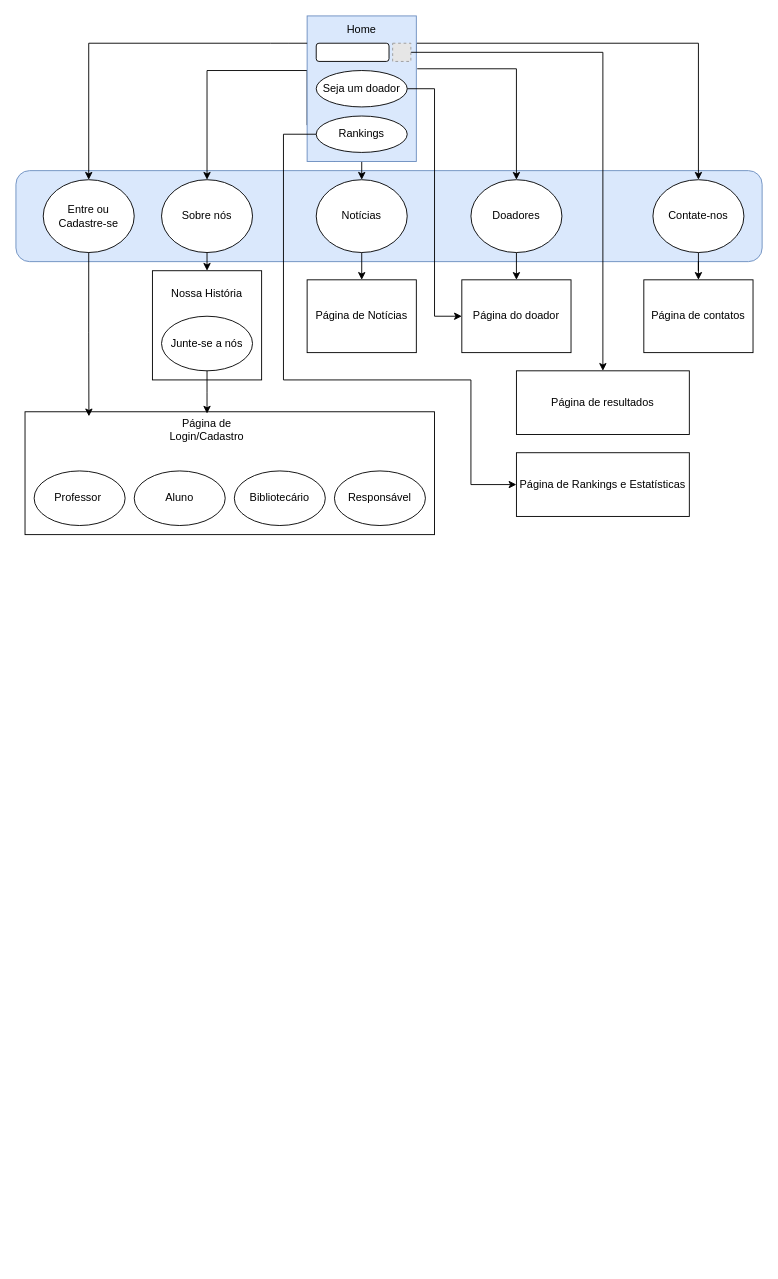
The draw.io diagram UserflowBiblioteca.drawio in Milena-Aphiner/Projeto-Integrador-I, before the edit. Source tidied: cells renumbered, new cells numbered last; positions are measured from the earlier drawing's top-left corner, leaving out a move shared by most shapes. Both pictures are drawn from the tidied source at 91%, with x=0, y=0 at pixel (15, 15). Pictures stored in the file or linked from it are replaced by grey dashed boxes.
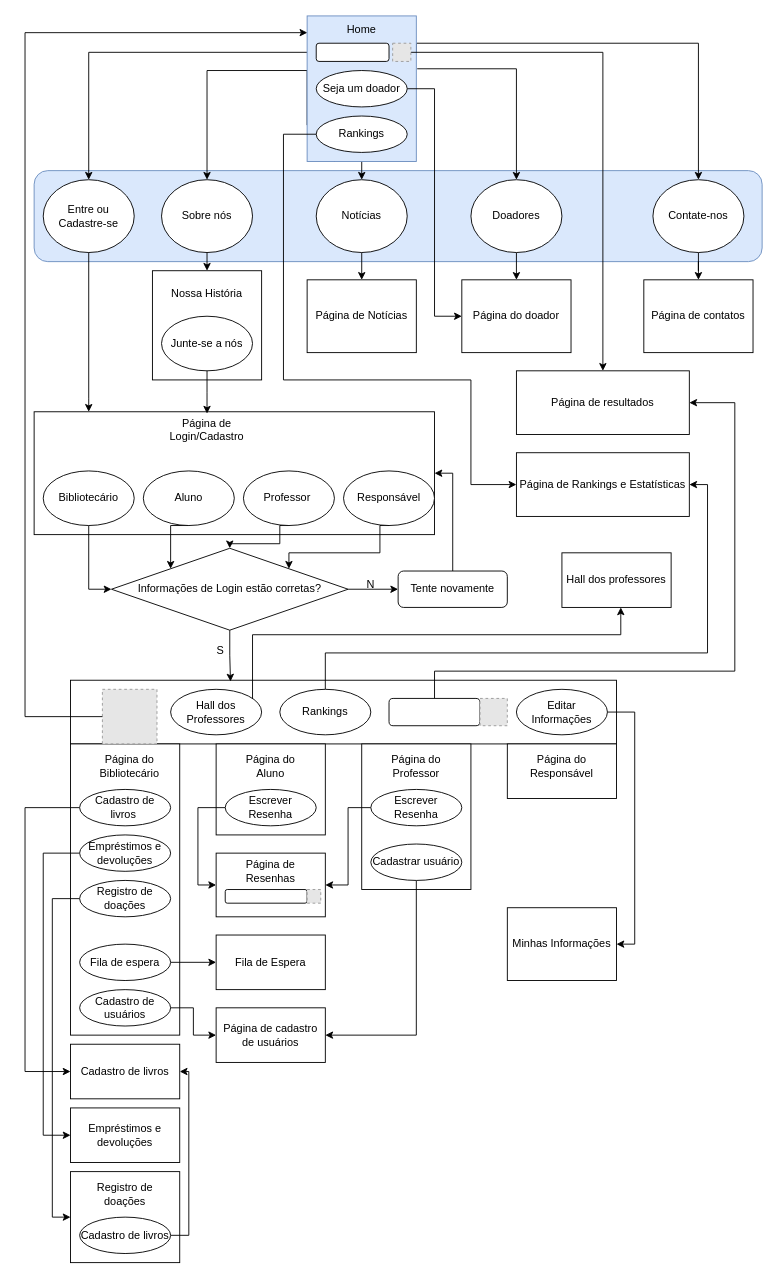
The same diagram, later.

Unchanged cells that the change refers to:
```xml
<mxCell id="7" style="rounded=0;whiteSpace=wrap;html=1;fillColor=#dae8fc;strokeColor=#6c8ebf;" parent="1" vertex="1">
  <mxGeometry x="320" width="120" height="160" as="geometry" />
</mxCell>
<mxCell id="10" value="Entre ou Cadastre-se" style="ellipse;whiteSpace=wrap;html=1;" parent="1" vertex="1">
  <mxGeometry x="30" y="180" width="100" height="80" as="geometry" />
</mxCell>
<mxCell id="38" value="Página de resultados" style="rounded=0;whiteSpace=wrap;html=1;" parent="1" vertex="1">
  <mxGeometry x="550" y="390" width="190" height="70" as="geometry" />
</mxCell>
<mxCell id="42" value="Página de Rankings e Estatísticas" style="rounded=0;whiteSpace=wrap;html=1;" parent="1" vertex="1">
  <mxGeometry x="550" y="480" width="190" height="70" as="geometry" />
</mxCell>
```

The edit, as a diff of the source:
```diff
@@
+    <mxCell id="43" style="rounded=0;whiteSpace=wrap;html=1;" parent="1" vertex="1">
+      <mxGeometry x="60" y="730" width="600" height="70" as="geometry" />
+    </mxCell>
     <mxCell id="2" style="rounded=1;whiteSpace=wrap;html=1;fillColor=#dae8fc;strokeColor=#6c8ebf;" parent="1" vertex="1">
-      <mxGeometry y="170" width="820" height="100" as="geometry" />
+      <mxGeometry x="20" y="170" width="800" height="100" as="geometry" />
     </mxCell>
@@
+    <mxCell id="44" style="edgeStyle=orthogonalEdgeStyle;rounded=0;jettySize=auto;html=1;exitX=0;exitY=0.25;exitDx=0;exitDy=0;" parent="1" edge="1" source="7" target="10">
+      <mxGeometry relative="1" as="geometry" />
+    </mxCell>
@@
     <mxCell id="9" style="rounded=0;whiteSpace=wrap;html=1;" parent="1" vertex="1">
-      <mxGeometry x="10" y="435" width="450" height="135" as="geometry" />
+      <mxGeometry x="20" y="435" width="440" height="135" as="geometry" />
     </mxCell>
@@
-    <mxCell id="22" style="endArrow=classic;html=1;rounded=0;entryX=0.5;entryY=0;entryDx=0;entryDy=0;" parent="1" edge="1" target="10">
-      <mxGeometry relative="1" as="geometry">
-        <mxPoint x="320" y="30" as="sourcePoint" />
-        <Array as="points">
-          <mxPoint x="310" y="30" />
-          <mxPoint x="300" y="30" />
-          <mxPoint x="280" y="30" />
-          <mxPoint x="80" y="30" />
-        </Array>
-      </mxGeometry>
-    </mxCell>
@@
-    <mxCell id="26" value="Professor&amp;nbsp;" style="ellipse;whiteSpace=wrap;html=1;" parent="1" vertex="1">
-      <mxGeometry x="20" y="500" width="100" height="60" as="geometry" />
-    </mxCell>
+    <mxCell id="45" style="edgeStyle=orthogonalEdgeStyle;rounded=0;jettySize=auto;html=1;exitX=0.5;exitY=1;exitDx=0;exitDy=0;entryX=0;entryY=0;entryDx=0;entryDy=0;" parent="1" edge="1" source="27" target="50">
+      <mxGeometry relative="1" as="geometry">
+        <Array as="points">
+          <mxPoint x="170" y="560" />
+        </Array>
+      </mxGeometry>
+    </mxCell>
     <mxCell id="27" value="Aluno" style="ellipse;whiteSpace=wrap;html=1;" parent="1" vertex="1">
-      <mxGeometry x="130" y="500" width="100" height="60" as="geometry" />
+      <mxGeometry x="140" y="500" width="100" height="60" as="geometry" />
     </mxCell>
+    <mxCell id="46" style="edgeStyle=orthogonalEdgeStyle;rounded=0;jettySize=auto;html=1;exitX=0.5;exitY=1;exitDx=0;exitDy=0;entryX=0.5;entryY=0;entryDx=0;entryDy=0;" parent="1" edge="1" source="26" target="50">
+      <mxGeometry relative="1" as="geometry">
+        <Array as="points">
+          <mxPoint x="290" y="580" />
+          <mxPoint x="235" y="580" />
+        </Array>
+      </mxGeometry>
+    </mxCell>
+    <mxCell id="47" style="edgeStyle=orthogonalEdgeStyle;rounded=0;jettySize=auto;html=1;exitX=0.5;exitY=1;exitDx=0;exitDy=0;entryX=0;entryY=0.5;entryDx=0;entryDy=0;" parent="1" edge="1" source="28" target="50">
+      <mxGeometry relative="1" as="geometry" />
+    </mxCell>
     <mxCell id="28" value="Bibliotecário" style="ellipse;whiteSpace=wrap;html=1;" parent="1" vertex="1">
-      <mxGeometry x="240" y="500" width="100" height="60" as="geometry" />
+      <mxGeometry x="30" y="500" width="100" height="60" as="geometry" />
     </mxCell>
+    <mxCell id="48" style="edgeStyle=orthogonalEdgeStyle;rounded=0;jettySize=auto;html=1;exitX=0.5;exitY=1;exitDx=0;exitDy=0;entryX=1;entryY=0;entryDx=0;entryDy=0;" parent="1" edge="1" source="29" target="50">
+      <mxGeometry relative="1" as="geometry">
+        <Array as="points">
+          <mxPoint x="400" y="590" />
+          <mxPoint x="300" y="590" />
+        </Array>
+      </mxGeometry>
+    </mxCell>
     <mxCell id="29" value="Responsável" style="ellipse;whiteSpace=wrap;html=1;" parent="1" vertex="1">
-      <mxGeometry x="350" y="500" width="100" height="60" as="geometry" />
+      <mxGeometry x="360" y="500" width="100" height="60" as="geometry" />
     </mxCell>
@@
-    <mxCell id="41" style="edgeStyle=orthogonalEdgeStyle;rounded=0;jettySize=auto;html=1;exitX=0.5;exitY=1;exitDx=0;exitDy=0;entryX=0.156;entryY=0.037;entryDx=0;entryDy=0;entryPerimeter=0;" parent="1" edge="1" source="10" target="9">
-      <mxGeometry relative="1" as="geometry" />
+    <mxCell id="41" style="edgeStyle=orthogonalEdgeStyle;rounded=0;jettySize=auto;html=1;exitX=0.5;exitY=1;exitDx=0;exitDy=0;" parent="1" edge="1" source="10" target="9">
+      <mxGeometry relative="1" as="geometry">
+        <Array as="points">
+          <mxPoint x="80" y="420" />
+          <mxPoint x="80" y="420" />
+        </Array>
+      </mxGeometry>
     </mxCell>
@@
+    <mxCell id="49" style="edgeStyle=orthogonalEdgeStyle;rounded=0;jettySize=auto;html=1;exitX=1;exitY=0.5;exitDx=0;exitDy=0;" parent="1" edge="1" source="50" target="67">
+      <mxGeometry relative="1" as="geometry" />
+    </mxCell>
+    <mxCell id="50" value="Informações de Login estão corretas?" style="rhombus;whiteSpace=wrap;html=1;" parent="1" vertex="1">
+      <mxGeometry x="105" y="585" width="260" height="90" as="geometry" />
+    </mxCell>
+    <mxCell id="51" style="rounded=0;whiteSpace=wrap;html=1;" parent="1" vertex="1">
+      <mxGeometry x="60" y="800" width="120" height="320" as="geometry" />
+    </mxCell>
+    <mxCell id="26" value="Professor&amp;nbsp;" style="ellipse;whiteSpace=wrap;html=1;" parent="1" vertex="1">
+      <mxGeometry x="250" y="500" width="100" height="60" as="geometry" />
+    </mxCell>
+    <mxCell id="52" value="Página do Bibliotecário" style="text;html=1;align=center;verticalAlign=middle;whiteSpace=wrap;rounded=0;" parent="1" vertex="1">
+      <mxGeometry x="95" y="810" width="60" height="30" as="geometry" />
+    </mxCell>
+    <mxCell id="53" value="S" style="text;html=1;align=center;verticalAlign=middle;whiteSpace=wrap;rounded=0;" parent="1" vertex="1">
+      <mxGeometry x="190" y="675" width="70" height="45" as="geometry" />
+    </mxCell>
+    <mxCell id="54" style="edgeStyle=orthogonalEdgeStyle;rounded=0;jettySize=auto;html=1;exitX=1;exitY=0.5;exitDx=0;exitDy=0;entryX=0;entryY=0.5;entryDx=0;entryDy=0;" parent="1" edge="1" source="55" target="69">
+      <mxGeometry relative="1" as="geometry" />
+    </mxCell>
+    <mxCell id="55" value="Cadastro de usuários" style="ellipse;whiteSpace=wrap;html=1;" parent="1" vertex="1">
+      <mxGeometry x="70" y="1070" width="100" height="40" as="geometry" />
+    </mxCell>
+    <mxCell id="56" style="edgeStyle=orthogonalEdgeStyle;rounded=0;jettySize=auto;html=1;exitX=0;exitY=0.5;exitDx=0;exitDy=0;entryX=0;entryY=0.5;entryDx=0;entryDy=0;" parent="1" edge="1" source="57" target="70">
+      <mxGeometry relative="1" as="geometry">
+        <Array as="points">
+          <mxPoint x="10" y="870" />
+          <mxPoint x="10" y="1160" />
+        </Array>
+      </mxGeometry>
+    </mxCell>
+    <mxCell id="57" value="Cadastro de livros&amp;nbsp;" style="ellipse;whiteSpace=wrap;html=1;" parent="1" vertex="1">
+      <mxGeometry x="70" y="850" width="100" height="40" as="geometry" />
+    </mxCell>
+    <mxCell id="58" style="edgeStyle=orthogonalEdgeStyle;rounded=0;jettySize=auto;html=1;exitX=0;exitY=0.5;exitDx=0;exitDy=0;entryX=0;entryY=0.5;entryDx=0;entryDy=0;" parent="1" edge="1" source="59" target="71">
+      <mxGeometry relative="1" as="geometry">
+        <Array as="points">
+          <mxPoint x="30" y="920" />
+          <mxPoint x="30" y="1230" />
+        </Array>
+      </mxGeometry>
+    </mxCell>
+    <mxCell id="59" value="Empréstimos e devoluções" style="ellipse;whiteSpace=wrap;html=1;" parent="1" vertex="1">
+      <mxGeometry x="70" y="900" width="100" height="40" as="geometry" />
+    </mxCell>
+    <mxCell id="60" style="edgeStyle=orthogonalEdgeStyle;rounded=0;jettySize=auto;html=1;exitX=0;exitY=0.5;exitDx=0;exitDy=0;entryX=0;entryY=0.5;entryDx=0;entryDy=0;" parent="1" edge="1" source="61" target="72">
+      <mxGeometry relative="1" as="geometry">
+        <Array as="points">
+          <mxPoint x="40" y="970" />
+          <mxPoint x="40" y="1320" />
+        </Array>
+      </mxGeometry>
+    </mxCell>
+    <mxCell id="61" value="Registro de doações" style="ellipse;whiteSpace=wrap;html=1;" parent="1" vertex="1">
+      <mxGeometry x="70" y="950" width="100" height="40" as="geometry" />
+    </mxCell>
+    <mxCell id="62" style="edgeStyle=orthogonalEdgeStyle;rounded=0;jettySize=auto;html=1;exitX=1;exitY=0.5;exitDx=0;exitDy=0;entryX=0;entryY=0.5;entryDx=0;entryDy=0;" parent="1" edge="1" source="63" target="76">
+      <mxGeometry relative="1" as="geometry" />
+    </mxCell>
+    <mxCell id="63" value="Fila de espera" style="ellipse;whiteSpace=wrap;html=1;" parent="1" vertex="1">
+      <mxGeometry x="70" y="1020" width="100" height="40" as="geometry" />
+    </mxCell>
+    <mxCell id="64" style="edgeStyle=orthogonalEdgeStyle;rounded=0;jettySize=auto;html=1;exitX=0.5;exitY=0;exitDx=0;exitDy=0;entryX=1;entryY=0.5;entryDx=0;entryDy=0;" parent="1" edge="1" source="65" target="42">
+      <mxGeometry relative="1" as="geometry">
+        <Array as="points">
+          <mxPoint x="340" y="700" />
+          <mxPoint x="760" y="700" />
+          <mxPoint x="760" y="515" />
+        </Array>
+      </mxGeometry>
+    </mxCell>
+    <mxCell id="65" value="Rankings" style="ellipse;whiteSpace=wrap;html=1;" parent="1" vertex="1">
+      <mxGeometry x="290" y="740" width="100" height="50" as="geometry" />
+    </mxCell>
+    <mxCell id="66" style="edgeStyle=orthogonalEdgeStyle;rounded=0;jettySize=auto;html=1;exitX=0.5;exitY=0;exitDx=0;exitDy=0;entryX=1;entryY=0.5;entryDx=0;entryDy=0;" parent="1" edge="1" source="67" target="9">
+      <mxGeometry relative="1" as="geometry" />
+    </mxCell>
+    <mxCell id="67" value="Tente novamente" style="rounded=1;whiteSpace=wrap;html=1;" parent="1" vertex="1">
+      <mxGeometry x="420" y="610" width="120" height="40" as="geometry" />
+    </mxCell>
+    <mxCell id="68" value="N" style="text;html=1;align=center;verticalAlign=middle;whiteSpace=wrap;rounded=0;" parent="1" vertex="1">
+      <mxGeometry x="360" y="610" width="60" height="30" as="geometry" />
+    </mxCell>
+    <mxCell id="69" value="Página de cadastro de usuários" style="rounded=0;whiteSpace=wrap;html=1;" parent="1" vertex="1">
+      <mxGeometry x="220" y="1090" width="120" height="60" as="geometry" />
+    </mxCell>
+    <mxCell id="70" value="Cadastro de livros" style="rounded=0;whiteSpace=wrap;html=1;" parent="1" vertex="1">
+      <mxGeometry x="60" y="1130" width="120" height="60" as="geometry" />
+    </mxCell>
+    <mxCell id="71" value="Empréstimos e devoluções" style="rounded=0;whiteSpace=wrap;html=1;" parent="1" vertex="1">
+      <mxGeometry x="60" y="1200" width="120" height="60" as="geometry" />
+    </mxCell>
+    <mxCell id="72" style="rounded=0;whiteSpace=wrap;html=1;" parent="1" vertex="1">
+      <mxGeometry x="60" y="1270" width="120" height="100" as="geometry" />
+    </mxCell>
+    <mxCell id="73" value="Registro de doações" style="text;html=1;align=center;verticalAlign=middle;whiteSpace=wrap;rounded=0;" parent="1" vertex="1">
+      <mxGeometry x="80" y="1280" width="80" height="30" as="geometry" />
+    </mxCell>
+    <mxCell id="74" style="edgeStyle=orthogonalEdgeStyle;rounded=0;jettySize=auto;html=1;exitX=1;exitY=0.5;exitDx=0;exitDy=0;entryX=1;entryY=0.5;entryDx=0;entryDy=0;" parent="1" edge="1" source="75" target="70">
+      <mxGeometry relative="1" as="geometry" />
+    </mxCell>
+    <mxCell id="75" value="Cadastro de livros" style="ellipse;whiteSpace=wrap;html=1;" parent="1" vertex="1">
+      <mxGeometry x="70" y="1320" width="100" height="40" as="geometry" />
+    </mxCell>
+    <mxCell id="76" value="Fila de Espera" style="rounded=0;whiteSpace=wrap;html=1;" parent="1" vertex="1">
+      <mxGeometry x="220" y="1010" width="120" height="60" as="geometry" />
+    </mxCell>
+    <mxCell id="77" style="rounded=0;whiteSpace=wrap;html=1;" parent="1" vertex="1">
+      <mxGeometry x="220" y="800" width="120" height="100" as="geometry" />
+    </mxCell>
+    <mxCell id="78" style="edgeStyle=orthogonalEdgeStyle;rounded=0;orthogonalLoop=1;jettySize=auto;html=1;exitX=0.5;exitY=1;exitDx=0;exitDy=0;" parent="1" edge="1" source="73" target="73">
+      <mxGeometry relative="1" as="geometry" />
+    </mxCell>
+    <mxCell id="79" style="rounded=0;whiteSpace=wrap;html=1;" parent="1" vertex="1">
+      <mxGeometry x="380" y="800" width="120" height="160" as="geometry" />
+    </mxCell>
+    <mxCell id="80" style="rounded=0;whiteSpace=wrap;html=1;" parent="1" vertex="1">
+      <mxGeometry x="540" y="800" width="120" height="60" as="geometry" />
+    </mxCell>
+    <mxCell id="81" style="edgeStyle=orthogonalEdgeStyle;rounded=0;jettySize=auto;html=1;exitX=0.5;exitY=0;exitDx=0;exitDy=0;entryX=1;entryY=0.5;entryDx=0;entryDy=0;" parent="1" edge="1" source="82" target="38">
+      <mxGeometry relative="1" as="geometry">
+        <Array as="points">
+          <mxPoint x="460" y="720" />
+          <mxPoint x="790" y="720" />
+          <mxPoint x="790" y="425" />
+        </Array>
+      </mxGeometry>
+    </mxCell>
+    <mxCell id="82" style="rounded=1;whiteSpace=wrap;html=1;" parent="1" vertex="1">
+      <mxGeometry x="410" y="750" width="100" height="30" as="geometry" />
+    </mxCell>
+    <mxCell id="83" style="fillColor=#E6E6E6;strokeColor=#999999;dashed=1;verticalLabelPosition=bottom;verticalAlign=top;" parent="1" vertex="1">
+      <mxGeometry x="510" y="750" width="30" height="30" as="geometry" />
+    </mxCell>
+    <mxCell id="84" style="edgeStyle=orthogonalEdgeStyle;rounded=0;jettySize=auto;html=1;exitX=1;exitY=0;exitDx=0;exitDy=0;entryX=0.539;entryY=1;entryDx=0;entryDy=0;entryPerimeter=0;" parent="1" edge="1" target="105">
+      <mxGeometry relative="1" as="geometry">
+        <mxPoint x="260" y="757.3" as="sourcePoint" />
+        <Array as="points">
+          <mxPoint x="260" y="680" />
+          <mxPoint x="665" y="680" />
+        </Array>
+      </mxGeometry>
+    </mxCell>
+    <mxCell id="85" value="Hall dos Professores" style="ellipse;whiteSpace=wrap;html=1;" parent="1" vertex="1">
+      <mxGeometry x="170" y="740" width="100" height="50" as="geometry" />
+    </mxCell>
+    <mxCell id="86" style="fillColor=#E6E6E6;strokeColor=#999999;dashed=1;verticalLabelPosition=bottom;verticalAlign=top;" parent="1" vertex="1">
+      <mxGeometry x="95" y="740" width="60" height="60" as="geometry" />
+    </mxCell>
+    <mxCell id="87" style="rounded=0;whiteSpace=wrap;html=1;" parent="1" vertex="1">
+      <mxGeometry x="220" y="920" width="120" height="70" as="geometry" />
+    </mxCell>
+    <mxCell id="88" style="edgeStyle=orthogonalEdgeStyle;rounded=0;jettySize=auto;html=1;exitX=0;exitY=0.5;exitDx=0;exitDy=0;entryX=0;entryY=0.5;entryDx=0;entryDy=0;" parent="1" edge="1" source="89" target="87">
+      <mxGeometry relative="1" as="geometry">
+        <Array as="points">
+          <mxPoint x="200" y="870" />
+          <mxPoint x="200" y="955" />
+        </Array>
+      </mxGeometry>
+    </mxCell>
+    <mxCell id="89" value="Escrever Resenha" style="ellipse;whiteSpace=wrap;html=1;" parent="1" vertex="1">
+      <mxGeometry x="230" y="850" width="100" height="40" as="geometry" />
+    </mxCell>
+    <mxCell id="90" value="Página do Aluno" style="text;html=1;align=center;verticalAlign=middle;whiteSpace=wrap;rounded=0;" parent="1" vertex="1">
+      <mxGeometry x="250" y="810" width="60" height="30" as="geometry" />
+    </mxCell>
+    <mxCell id="91" value="Página de Resenhas" style="text;html=1;align=center;verticalAlign=middle;whiteSpace=wrap;rounded=0;" parent="1" vertex="1">
+      <mxGeometry x="250" y="925" width="60" height="30" as="geometry" />
+    </mxCell>
+    <mxCell id="92" style="rounded=1;whiteSpace=wrap;html=1;" parent="1" vertex="1">
+      <mxGeometry x="230" y="960" width="90" height="15" as="geometry" />
+    </mxCell>
+    <mxCell id="93" style="fillColor=#E6E6E6;strokeColor=#999999;dashed=1;verticalLabelPosition=bottom;verticalAlign=top;" parent="1" vertex="1">
+      <mxGeometry x="320" y="960" width="15" height="15" as="geometry" />
+    </mxCell>
+    <mxCell id="94" style="edgeStyle=orthogonalEdgeStyle;rounded=0;jettySize=auto;html=1;exitX=1;exitY=0.5;exitDx=0;exitDy=0;entryX=1;entryY=0.5;entryDx=0;entryDy=0;" parent="1" edge="1" source="95" target="104">
+      <mxGeometry relative="1" as="geometry" />
+    </mxCell>
+    <mxCell id="95" value="Editar Informações" style="ellipse;whiteSpace=wrap;html=1;" parent="1" vertex="1">
+      <mxGeometry x="550" y="740" width="100" height="50" as="geometry" />
+    </mxCell>
+    <mxCell id="96" style="edgeStyle=orthogonalEdgeStyle;rounded=0;jettySize=auto;html=1;exitX=0.5;exitY=1;exitDx=0;exitDy=0;entryX=0.293;entryY=0.02;entryDx=0;entryDy=0;entryPerimeter=0;" parent="1" edge="1" source="50" target="43">
+      <mxGeometry relative="1" as="geometry" />
+    </mxCell>
+    <mxCell id="97" value="Página do Professor" style="text;html=1;align=center;verticalAlign=middle;whiteSpace=wrap;rounded=0;" parent="1" vertex="1">
+      <mxGeometry x="410" y="810" width="60" height="30" as="geometry" />
+    </mxCell>
+    <mxCell id="98" style="edgeStyle=orthogonalEdgeStyle;rounded=0;jettySize=auto;html=1;exitX=0;exitY=0.5;exitDx=0;exitDy=0;entryX=1;entryY=0.5;entryDx=0;entryDy=0;" parent="1" edge="1" source="99" target="87">
+      <mxGeometry relative="1" as="geometry" />
+    </mxCell>
+    <mxCell id="99" value="Escrever Resenha" style="ellipse;whiteSpace=wrap;html=1;" parent="1" vertex="1">
+      <mxGeometry x="390" y="850" width="100" height="40" as="geometry" />
+    </mxCell>
+    <mxCell id="100" style="edgeStyle=orthogonalEdgeStyle;rounded=0;jettySize=auto;html=1;exitX=0.5;exitY=1;exitDx=0;exitDy=0;entryX=1;entryY=0.5;entryDx=0;entryDy=0;" parent="1" edge="1" source="101" target="69">
+      <mxGeometry relative="1" as="geometry" />
+    </mxCell>
+    <mxCell id="101" value="Cadastrar usuário" style="ellipse;whiteSpace=wrap;html=1;" parent="1" vertex="1">
+      <mxGeometry x="390" y="910" width="100" height="40" as="geometry" />
+    </mxCell>
+    <mxCell id="102" value="Página do Responsável" style="text;html=1;align=center;verticalAlign=middle;whiteSpace=wrap;rounded=0;" parent="1" vertex="1">
+      <mxGeometry x="570" y="810" width="60" height="30" as="geometry" />
+    </mxCell>
+    <mxCell id="103" style="edgeStyle=orthogonalEdgeStyle;rounded=0;jettySize=auto;html=1;exitX=0;exitY=0.5;exitDx=0;exitDy=0;entryX=0.002;entryY=0.115;entryDx=0;entryDy=0;entryPerimeter=0;" parent="1" edge="1" source="86" target="7">
+      <mxGeometry relative="1" as="geometry">
+        <Array as="points">
+          <mxPoint x="10" y="770" />
+          <mxPoint x="10" y="18" />
+        </Array>
+      </mxGeometry>
+    </mxCell>
+    <mxCell id="104" value="Minhas Informações" style="rounded=0;whiteSpace=wrap;html=1;" parent="1" vertex="1">
+      <mxGeometry x="540" y="980" width="120" height="80" as="geometry" />
+    </mxCell>
+    <mxCell id="105" value="Hall dos professores" style="rounded=0;whiteSpace=wrap;html=1;" parent="1" vertex="1">
+      <mxGeometry x="600" y="590" width="120" height="60" as="geometry" />
+    </mxCell>
```
